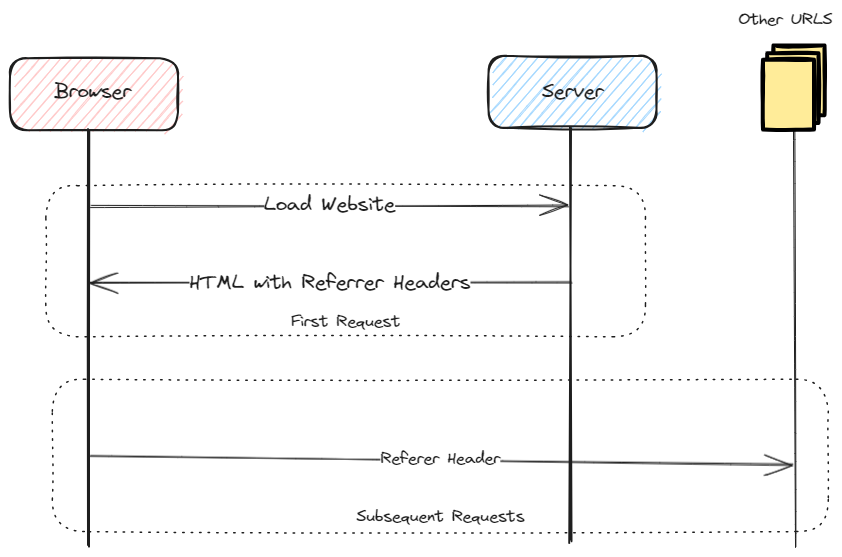
This is static/img/referer.excalidraw.png from swaroopar/inprogress-engineer, a Excalidraw export, as it was before one commit. Source tidied: one line per element, renumbered; positions are measured from the earlier drawing's top-left corner, leaving out a move shared by most shapes. The source it was exported from:
```json
{"id": 0, "type": "rectangle", "strokeColor": "#1e1e1e", "backgroundColor": "#ffc9c9", "fillStyle": "hachure", "strokeWidth": 2, "roughness": 1, "round": true, "x": 0, "y": 48, "width": 168, "height": 72}
{"id": 1, "type": "rectangle", "strokeColor": "#1e1e1e", "backgroundColor": "#a5d8ff", "fillStyle": "hachure", "strokeWidth": 2, "roughness": 1, "round": true, "x": 478, "y": 46, "width": 168, "height": 72}
{"id": 2, "type": "text", "text": "Server", "strokeColor": "#1e1e1e", "strokeWidth": 2, "roughness": 1, "fontSize": 20, "fontFamily": 1, "textAlign": "center", "verticalAlign": "middle", "inside": 1, "x": 532, "y": 69, "width": 62, "height": 25}
{"id": 3, "type": "text", "text": "Browser", "strokeColor": "#1e1e1e", "strokeWidth": 2, "roughness": 1, "fontSize": 20, "fontFamily": 1, "textAlign": "center", "x": 44, "y": 69, "width": 77, "height": 25}
{"id": 4, "type": "line", "strokeColor": "#1e1e1e", "strokeWidth": 2, "roughness": 1, "round": true, "x": 79, "y": 120, "width": 0, "height": 415, "points": [[0, 0], [0, 415]]}
{"id": 5, "type": "line", "strokeColor": "#1e1e1e", "strokeWidth": 2, "roughness": 1, "round": true, "x": 560, "y": 117, "width": 0, "height": 415, "points": [[0, 0], [0, 415]]}
{"id": 6, "type": "arrow", "strokeColor": "#1e1e1e", "strokeWidth": 1, "roughness": 1, "endArrowhead": "arrow", "round": true, "x": 80, "y": 195, "width": 479, "height": 0, "points": [[0, 0], [479, 0]]}
{"id": 7, "type": "text", "text": "Load Website", "strokeColor": "#1e1e1e", "strokeWidth": 1, "strokeStyle": "dotted", "roughness": 1, "fontSize": 20, "fontFamily": 1, "textAlign": "center", "verticalAlign": "middle", "inside": 6, "x": 254, "y": 182, "width": 131, "height": 25}
{"id": 8, "type": "arrow", "strokeColor": "#1e1e1e", "strokeWidth": 1, "roughness": 1, "endArrowhead": "arrow", "round": true, "x": 562, "y": 272, "width": 484, "height": 0, "points": [[0, 0], [-484, 0]]}
{"id": 9, "type": "text", "text": "HTML with Referrer Headers", "strokeColor": "#1e1e1e", "strokeWidth": 1, "strokeStyle": "dotted", "roughness": 1, "fontSize": 20, "fontFamily": 1, "textAlign": "center", "verticalAlign": "middle", "inside": 8, "x": 179, "y": 260, "width": 281, "height": 25}
{"id": 10, "type": "rectangle", "strokeColor": "#1e1e1e", "strokeWidth": 1, "strokeStyle": "dotted", "roughness": 1, "round": true, "x": 36, "y": 176, "width": 600, "height": 151}
{"id": 11, "type": "text", "text": "First Request", "strokeColor": "#1e1e1e", "strokeWidth": 1, "strokeStyle": "dotted", "roughness": 1, "fontSize": 16, "fontFamily": 1, "textAlign": "center", "verticalAlign": "bottom", "inside": 10, "x": 281, "y": 302, "width": 109, "height": 20}
{"id": 12, "type": "arrow", "strokeColor": "#1e1e1e", "backgroundColor": "#a5d8ff", "fillStyle": "hachure", "strokeWidth": 1, "roughness": 1, "endArrowhead": "arrow", "round": true, "x": 78, "y": 445, "width": 704, "height": 8, "points": [[0, 0], [704, 8]]}
{"id": 13, "type": "text", "text": "Referer Header", "strokeColor": "#1e1e1e", "backgroundColor": "#a5d8ff", "fillStyle": "hachure", "strokeWidth": 1, "roughness": 1, "fontSize": 16, "fontFamily": 1, "textAlign": "center", "verticalAlign": "middle", "inside": 12, "x": 371, "y": 439, "width": 120, "height": 20}
{"id": 14, "type": "line", "strokeColor": "#1e1e1e", "backgroundColor": "#a5d8ff", "fillStyle": "hachure", "strokeWidth": 1, "roughness": 1, "round": true, "x": 785, "y": 116, "width": 0, "height": 422, "points": [[0, 0], [0, 422]]}
{"id": 15, "type": "rectangle", "strokeColor": "#000000", "backgroundColor": "#ffec99", "fillStyle": "solid", "strokeWidth": 4, "roughness": 1, "x": 763, "y": 35, "width": 51, "height": 70}
{"id": 16, "type": "rectangle", "strokeColor": "#000000", "backgroundColor": "#ffec99", "fillStyle": "solid", "strokeWidth": 4, "roughness": 1, "x": 757, "y": 43, "width": 51, "height": 70}
{"id": 17, "type": "rectangle", "strokeColor": "#000000", "backgroundColor": "#ffec99", "fillStyle": "solid", "strokeWidth": 4, "roughness": 1, "x": 753, "y": 50, "width": 51, "height": 70}
{"id": 18, "type": "text", "text": "Other URLS", "strokeColor": "#1e1e1e", "backgroundColor": "#a5d8ff", "fillStyle": "solid", "strokeWidth": 1, "roughness": 1, "fontSize": 16, "fontFamily": 1, "textAlign": "center", "x": 728, "y": 0, "width": 94, "height": 20}
{"id": 19, "type": "rectangle", "strokeColor": "#1e1e1e", "strokeWidth": 1, "strokeStyle": "dotted", "roughness": 1, "round": true, "x": 42, "y": 369, "width": 776, "height": 152}
{"id": 20, "type": "text", "text": "Subsequent Requests", "strokeColor": "#1e1e1e", "strokeWidth": 1, "strokeStyle": "dotted", "roughness": 1, "fontSize": 16, "fontFamily": 1, "textAlign": "center", "verticalAlign": "bottom", "inside": 19, "x": 346, "y": 497, "width": 168, "height": 20}
```
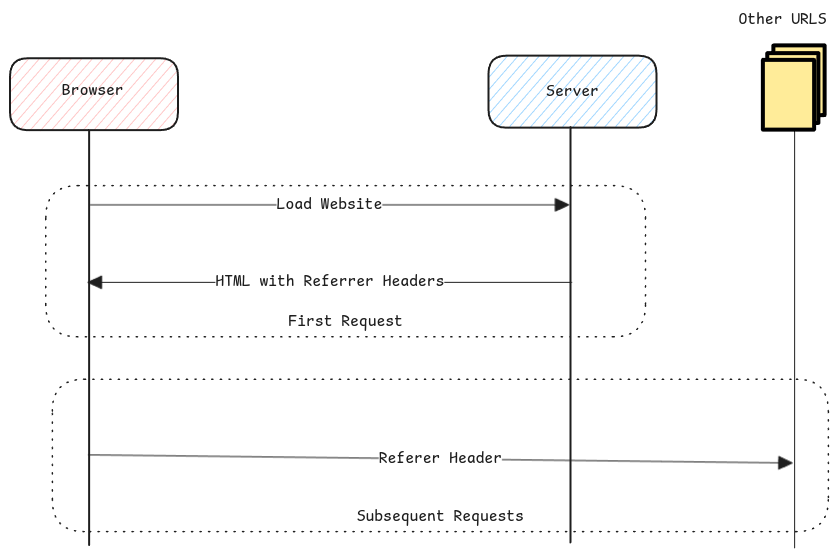
After the commit.

What changed in the source:
```diff
@@ -1,21 +1,21 @@
-{"id": 0, "type": "rectangle", "strokeColor": "#1e1e1e", "backgroundColor": "#ffc9c9", "fillStyle": "hachure", "strokeWidth": 2, "roughness": 1, "round": true, "x": 0, "y": 48, "width": 168, "height": 72}
+{"id": 0, "type": "rectangle", "strokeColor": "#1e1e1e", "backgroundColor": "#ffc9c9", "fillStyle": "hachure", "strokeWidth": 2, "roughness": 0, "round": true, "x": 0, "y": 48, "width": 168, "height": 72}
-{"id": 1, "type": "rectangle", "strokeColor": "#1e1e1e", "backgroundColor": "#a5d8ff", "fillStyle": "hachure", "strokeWidth": 2, "roughness": 1, "round": true, "x": 478, "y": 46, "width": 168, "height": 72}
+{"id": 1, "type": "rectangle", "strokeColor": "#1e1e1e", "backgroundColor": "#a5d8ff", "fillStyle": "hachure", "strokeWidth": 2, "roughness": 0, "round": true, "x": 478, "y": 46, "width": 168, "height": 72}
-{"id": 2, "type": "text", "text": "Server", "strokeColor": "#1e1e1e", "strokeWidth": 2, "roughness": 1, "fontSize": 20, "fontFamily": 1, "textAlign": "center", "verticalAlign": "middle", "inside": 1, "x": 532, "y": 69, "width": 62, "height": 25}
+{"id": 2, "type": "text", "text": "Server", "strokeColor": "#1e1e1e", "strokeWidth": 2, "roughness": 1, "fontSize": 16, "fontFamily": 8, "textAlign": "center", "verticalAlign": "middle", "inside": 1, "x": 536, "y": 72, "width": 53, "height": 20}
-{"id": 3, "type": "text", "text": "Browser", "strokeColor": "#1e1e1e", "strokeWidth": 2, "roughness": 1, "fontSize": 20, "fontFamily": 1, "textAlign": "center", "x": 44, "y": 69, "width": 77, "height": 25}
+{"id": 3, "type": "text", "text": "Browser", "strokeColor": "#1e1e1e", "strokeWidth": 2, "roughness": 0, "fontSize": 16, "fontFamily": 8, "textAlign": "center", "x": 52, "y": 71, "width": 62, "height": 20}
-{"id": 4, "type": "line", "strokeColor": "#1e1e1e", "strokeWidth": 2, "roughness": 1, "round": true, "x": 79, "y": 120, "width": 0, "height": 415, "points": [[0, 0], [0, 415]]}
+{"id": 4, "type": "line", "strokeColor": "#1e1e1e", "strokeWidth": 2, "roughness": 0, "endArrowhead": "triangle", "round": true, "x": 79, "y": 120, "width": 0, "height": 415, "points": [[0, 0], [0, 415]]}
-{"id": 5, "type": "line", "strokeColor": "#1e1e1e", "strokeWidth": 2, "roughness": 1, "round": true, "x": 560, "y": 117, "width": 0, "height": 415, "points": [[0, 0], [0, 415]]}
+{"id": 5, "type": "line", "strokeColor": "#1e1e1e", "strokeWidth": 2, "roughness": 0, "endArrowhead": "triangle", "round": true, "x": 560, "y": 117, "width": 0, "height": 415, "points": [[0, 0], [0, 415]]}
-{"id": 6, "type": "arrow", "strokeColor": "#1e1e1e", "strokeWidth": 1, "roughness": 1, "endArrowhead": "arrow", "round": true, "x": 80, "y": 195, "width": 479, "height": 0, "points": [[0, 0], [479, 0]]}
+{"id": 6, "type": "arrow", "strokeColor": "#1e1e1e", "strokeWidth": 1, "roughness": 0, "endArrowhead": "triangle", "round": true, "x": 80, "y": 195, "width": 479, "height": 0, "points": [[0, 0], [479, 0]]}
-{"id": 7, "type": "text", "text": "Load Website", "strokeColor": "#1e1e1e", "strokeWidth": 1, "strokeStyle": "dotted", "roughness": 1, "fontSize": 20, "fontFamily": 1, "textAlign": "center", "verticalAlign": "middle", "inside": 6, "x": 254, "y": 182, "width": 131, "height": 25}
+{"id": 7, "type": "text", "text": "Load Website", "strokeColor": "#1e1e1e", "strokeWidth": 1, "strokeStyle": "dotted", "roughness": 1, "fontSize": 16, "fontFamily": 8, "textAlign": "center", "verticalAlign": "middle", "inside": 6, "x": 267, "y": 185, "width": 106, "height": 20}
-{"id": 8, "type": "arrow", "strokeColor": "#1e1e1e", "strokeWidth": 1, "roughness": 1, "endArrowhead": "arrow", "round": true, "x": 562, "y": 272, "width": 484, "height": 0, "points": [[0, 0], [-484, 0]]}
+{"id": 8, "type": "arrow", "strokeColor": "#1e1e1e", "strokeWidth": 1, "roughness": 0, "endArrowhead": "triangle", "round": true, "x": 562, "y": 272, "width": 484, "height": 0, "points": [[0, 0], [-484, 0]]}
-{"id": 9, "type": "text", "text": "HTML with Referrer Headers", "strokeColor": "#1e1e1e", "strokeWidth": 1, "strokeStyle": "dotted", "roughness": 1, "fontSize": 20, "fontFamily": 1, "textAlign": "center", "verticalAlign": "middle", "inside": 8, "x": 179, "y": 260, "width": 281, "height": 25}
+{"id": 9, "type": "text", "text": "HTML with Referrer Headers", "strokeColor": "#1e1e1e", "strokeWidth": 1, "strokeStyle": "dotted", "roughness": 1, "fontSize": 16, "fontFamily": 8, "textAlign": "center", "verticalAlign": "middle", "inside": 8, "x": 205, "y": 262, "width": 229, "height": 20}
-{"id": 10, "type": "rectangle", "strokeColor": "#1e1e1e", "strokeWidth": 1, "strokeStyle": "dotted", "roughness": 1, "round": true, "x": 36, "y": 176, "width": 600, "height": 151}
+{"id": 10, "type": "rectangle", "strokeColor": "#1e1e1e", "strokeWidth": 1, "strokeStyle": "dotted", "roughness": 0, "round": true, "x": 36, "y": 176, "width": 600, "height": 151}
-{"id": 11, "type": "text", "text": "First Request", "strokeColor": "#1e1e1e", "strokeWidth": 1, "strokeStyle": "dotted", "roughness": 1, "fontSize": 16, "fontFamily": 1, "textAlign": "center", "verticalAlign": "bottom", "inside": 10, "x": 281, "y": 302, "width": 109, "height": 20}
+{"id": 11, "type": "text", "text": "First Request", "strokeColor": "#1e1e1e", "strokeWidth": 1, "strokeStyle": "dotted", "roughness": 1, "fontSize": 16, "fontFamily": 8, "textAlign": "center", "verticalAlign": "bottom", "inside": 10, "x": 278, "y": 302, "width": 114, "height": 20}
-{"id": 12, "type": "arrow", "strokeColor": "#1e1e1e", "backgroundColor": "#a5d8ff", "fillStyle": "hachure", "strokeWidth": 1, "roughness": 1, "endArrowhead": "arrow", "round": true, "x": 78, "y": 445, "width": 704, "height": 8, "points": [[0, 0], [704, 8]]}
+{"id": 12, "type": "arrow", "strokeColor": "#1e1e1e", "backgroundColor": "#a5d8ff", "fillStyle": "hachure", "strokeWidth": 1, "roughness": 0, "endArrowhead": "triangle", "round": true, "x": 78, "y": 445, "width": 704, "height": 8, "points": [[0, 0], [704, 8]]}
-{"id": 13, "type": "text", "text": "Referer Header", "strokeColor": "#1e1e1e", "backgroundColor": "#a5d8ff", "fillStyle": "hachure", "strokeWidth": 1, "roughness": 1, "fontSize": 16, "fontFamily": 1, "textAlign": "center", "verticalAlign": "middle", "inside": 12, "x": 371, "y": 439, "width": 120, "height": 20}
+{"id": 13, "type": "text", "text": "Referer Header", "strokeColor": "#1e1e1e", "backgroundColor": "#a5d8ff", "fillStyle": "hachure", "strokeWidth": 1, "roughness": 1, "fontSize": 16, "fontFamily": 8, "textAlign": "center", "verticalAlign": "middle", "inside": 12, "x": 369, "y": 439, "width": 123, "height": 20}
-{"id": 14, "type": "line", "strokeColor": "#1e1e1e", "backgroundColor": "#a5d8ff", "fillStyle": "hachure", "strokeWidth": 1, "roughness": 1, "round": true, "x": 785, "y": 116, "width": 0, "height": 422, "points": [[0, 0], [0, 422]]}
+{"id": 14, "type": "line", "strokeColor": "#1e1e1e", "backgroundColor": "#a5d8ff", "fillStyle": "hachure", "strokeWidth": 1, "roughness": 0, "endArrowhead": "triangle", "round": true, "x": 785, "y": 116, "width": 0, "height": 422, "points": [[0, 0], [0, 422]]}
-{"id": 15, "type": "rectangle", "strokeColor": "#000000", "backgroundColor": "#ffec99", "fillStyle": "solid", "strokeWidth": 4, "roughness": 1, "x": 763, "y": 35, "width": 51, "height": 70}
+{"id": 15, "type": "rectangle", "strokeColor": "#000000", "backgroundColor": "#ffec99", "fillStyle": "solid", "strokeWidth": 4, "roughness": 0, "x": 763, "y": 35, "width": 51, "height": 70}
-{"id": 16, "type": "rectangle", "strokeColor": "#000000", "backgroundColor": "#ffec99", "fillStyle": "solid", "strokeWidth": 4, "roughness": 1, "x": 757, "y": 43, "width": 51, "height": 70}
+{"id": 16, "type": "rectangle", "strokeColor": "#000000", "backgroundColor": "#ffec99", "fillStyle": "solid", "strokeWidth": 4, "roughness": 0, "x": 757, "y": 43, "width": 51, "height": 70}
-{"id": 17, "type": "rectangle", "strokeColor": "#000000", "backgroundColor": "#ffec99", "fillStyle": "solid", "strokeWidth": 4, "roughness": 1, "x": 753, "y": 50, "width": 51, "height": 70}
+{"id": 17, "type": "rectangle", "strokeColor": "#000000", "backgroundColor": "#ffec99", "fillStyle": "solid", "strokeWidth": 4, "roughness": 0, "x": 753, "y": 50, "width": 51, "height": 70}
-{"id": 18, "type": "text", "text": "Other URLS", "strokeColor": "#1e1e1e", "backgroundColor": "#a5d8ff", "fillStyle": "solid", "strokeWidth": 1, "roughness": 1, "fontSize": 16, "fontFamily": 1, "textAlign": "center", "x": 728, "y": 0, "width": 94, "height": 20}
+{"id": 18, "type": "text", "text": "Other URLS", "strokeColor": "#1e1e1e", "backgroundColor": "#a5d8ff", "fillStyle": "solid", "strokeWidth": 1, "roughness": 0, "fontSize": 16, "fontFamily": 8, "textAlign": "center", "x": 728, "y": 0, "width": 88, "height": 20}
-{"id": 19, "type": "rectangle", "strokeColor": "#1e1e1e", "strokeWidth": 1, "strokeStyle": "dotted", "roughness": 1, "round": true, "x": 42, "y": 369, "width": 776, "height": 152}
+{"id": 19, "type": "rectangle", "strokeColor": "#1e1e1e", "strokeWidth": 1, "strokeStyle": "dotted", "roughness": 0, "round": true, "x": 42, "y": 369, "width": 776, "height": 152}
-{"id": 20, "type": "text", "text": "Subsequent Requests", "strokeColor": "#1e1e1e", "strokeWidth": 1, "strokeStyle": "dotted", "roughness": 1, "fontSize": 16, "fontFamily": 1, "textAlign": "center", "verticalAlign": "bottom", "inside": 19, "x": 346, "y": 497, "width": 168, "height": 20}
+{"id": 20, "type": "text", "text": "Subsequent Requests", "strokeColor": "#1e1e1e", "strokeWidth": 1, "strokeStyle": "dotted", "roughness": 1, "fontSize": 16, "fontFamily": 8, "textAlign": "center", "verticalAlign": "bottom", "inside": 19, "x": 347, "y": 497, "width": 167, "height": 20}
```
